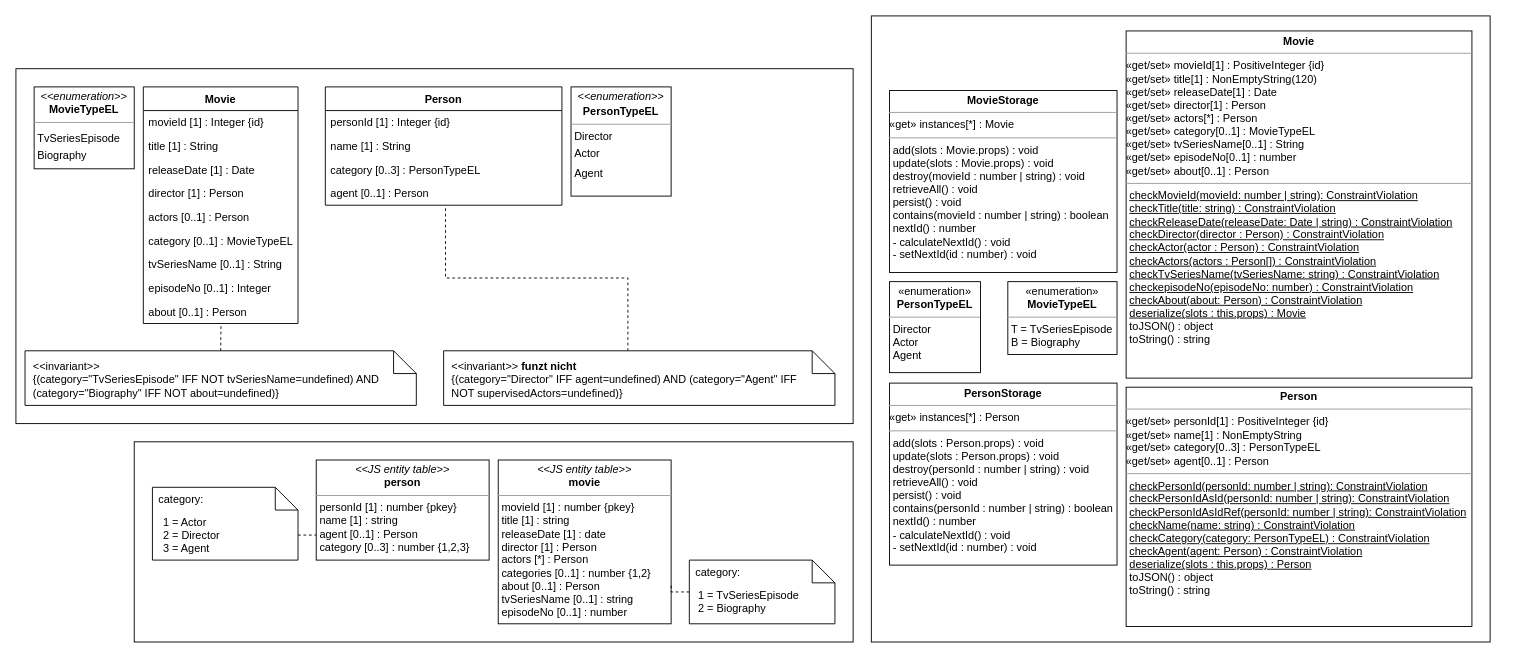
Before: docs/assignment6/docs/ass6.drawio in Bergmann97/webapp-group-3, a draw.io diagram. Source tidied: cells renumbered, new cells numbered last; positions are measured from the earlier drawing's top-left corner, leaving out a move shared by most shapes. Both pictures are drawn from the tidied source at 91%, with x=0, y=0 at pixel (15, 15).
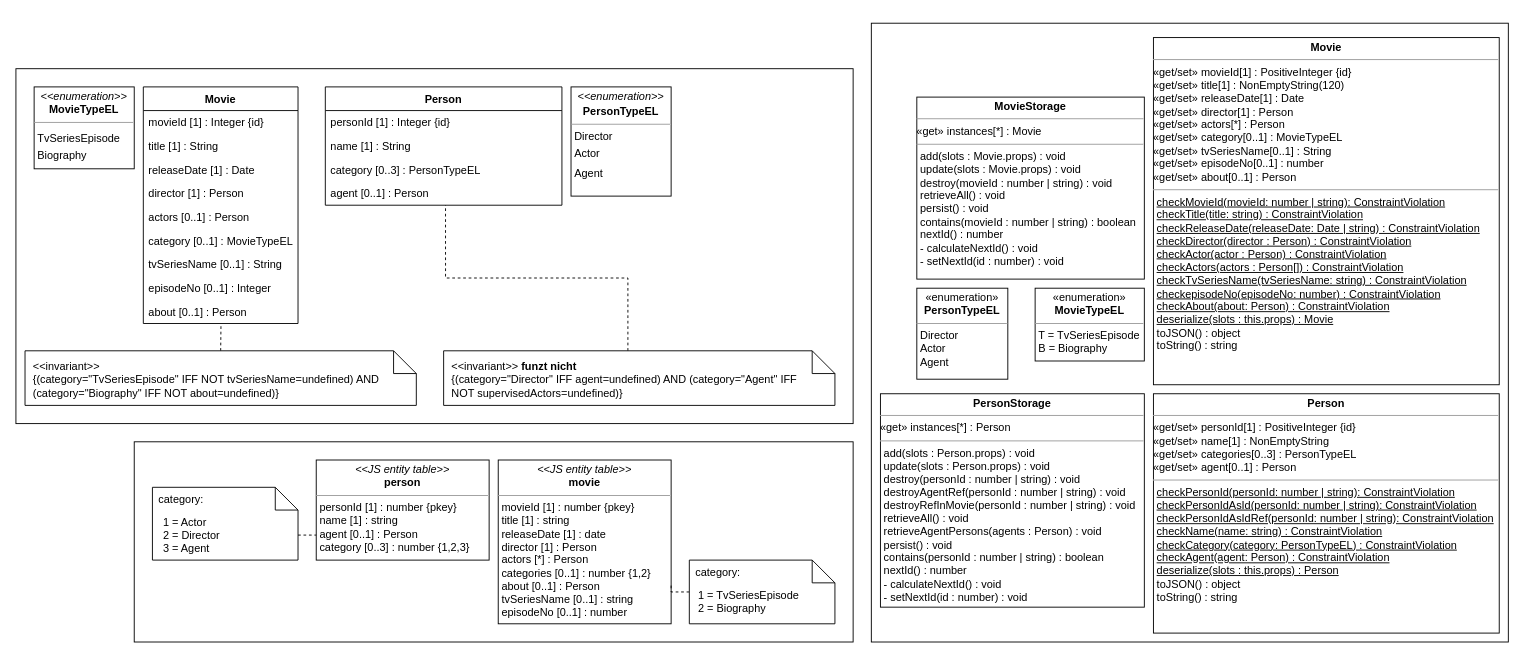
Above is the later version.

Commit message (it also covers changes not shown here):
updated the class diagram

What changed in the source:
```diff
@@
     <mxCell id="3" style="rounded=0;whiteSpace=wrap;html=1;" parent="1" vertex="1">
-      <mxGeometry x="940" width="680" height="688" as="geometry" />
+      <mxGeometry x="940" y="8" width="700" height="680" as="geometry" />
     </mxCell>
@@
-    <mxCell id="30" value="&lt;p style=&quot;margin: 0px ; margin-top: 4px ; text-align: center&quot;&gt;&lt;b&gt;Movie&lt;/b&gt;&lt;/p&gt;&lt;hr size=&quot;1&quot;&gt;&lt;p style=&quot;margin: 0px ; margin-left: 4px&quot;&gt;&lt;/p&gt;&lt;span style=&quot;text-align: center&quot;&gt;«get/set» m&lt;/span&gt;&lt;span&gt;ovieId[1] : PositiveInteger {id}&lt;br&gt;&lt;/span&gt;&lt;span style=&quot;text-align: center&quot;&gt;«&lt;/span&gt;&lt;span style=&quot;text-align: center&quot;&gt;get/set»&amp;nbsp;&lt;/span&gt;&lt;span&gt;title[1] : NonEmptyString(120)&lt;/span&gt;&lt;span style=&quot;text-align: center&quot;&gt;&lt;br&gt;&lt;/span&gt;&lt;span style=&quot;text-align: center&quot;&gt;«&lt;/span&gt;&lt;span style=&quot;text-align: center&quot;&gt;get/set»&amp;nbsp;&lt;/span&gt;&lt;span&gt;releaseDate[1] : Date&lt;/span&gt;&lt;span style=&quot;text-align: center&quot;&gt;&lt;br&gt;&lt;/span&gt;&lt;span style=&quot;text-align: center&quot;&gt;«&lt;/span&gt;&lt;span style=&quot;text-align: center&quot;&gt;get/set»&amp;nbsp;&lt;/span&gt;&lt;span&gt;director[1] : Person&lt;/span&gt;&lt;span style=&quot;text-align: center&quot;&gt;&lt;br&gt;&lt;/span&gt;&lt;span style=&quot;text-align: center&quot;&gt;«&lt;/span&gt;&lt;span style=&quot;text-align: center&quot;&gt;get/set»&amp;nbsp;&lt;/span&gt;&lt;span&gt;actors[*] : Person&lt;br&gt;&lt;/span&gt;&lt;span style=&quot;text-align: center&quot;&gt;«&lt;/span&gt;&lt;span style=&quot;text-align: center&quot;&gt;get/set» category[0..1] : MovieTypeEL&lt;/span&gt;&lt;span style=&quot;text-align: center&quot;&gt;&lt;br&gt;&lt;/span&gt;&lt;span style=&quot;text-align: center&quot;&gt;«&lt;/span&gt;&lt;span style=&quot;text-align: center&quot;&gt;get/set» tvSeriesName[0..1] : String&lt;br&gt;&lt;/span&gt;&lt;span style=&quot;text-align: center&quot;&gt;«&lt;/span&gt;&lt;span style=&quot;text-align: center&quot;&gt;get/set» episodeNo[0..1] : number&lt;br&gt;&lt;/span&gt;&lt;span style=&quot;text-align: center&quot;&gt;«&lt;/span&gt;&lt;span style=&quot;text-align: center&quot;&gt;get/set» about[0..1] : Person&lt;/span&gt;&lt;span style=&quot;text-align: center&quot;&gt;&lt;br&gt;&lt;/span&gt;&lt;hr size=&quot;1&quot;&gt;&lt;p style=&quot;margin: 0px ; margin-left: 4px&quot;&gt;&lt;u&gt;checkMovieId(movieId: number | string): ConstraintViolation&lt;/u&gt;&lt;/p&gt;&lt;p style=&quot;margin: 0px ; margin-left: 4px&quot;&gt;&lt;u&gt;checkTitle(title: string) : ConstraintViolation&lt;/u&gt;&lt;/p&gt;&lt;p style=&quot;margin: 0px ; margin-left: 4px&quot;&gt;&lt;u&gt;checkReleaseDate(releaseDate: Date | string) : ConstraintViolation&lt;/u&gt;&lt;/p&gt;&lt;p style=&quot;margin: 0px ; margin-left: 4px&quot;&gt;&lt;u&gt;checkDirector(director : Person) : ConstraintViolation&lt;/u&gt;&lt;/p&gt;&lt;p style=&quot;margin: 0px ; margin-left: 4px&quot;&gt;&lt;u&gt;checkActor(actor : Person) : ConstraintViolation&lt;/u&gt;&lt;/p&gt;&lt;p style=&quot;margin: 0px ; margin-left: 4px&quot;&gt;&lt;u&gt;checkActors(actors : Person[]) : ConstraintViolation&lt;/u&gt;&lt;/p&gt;&lt;p style=&quot;margin: 0px 0px 0px 4px&quot;&gt;&lt;u&gt;checkT&lt;/u&gt;&lt;span style=&quot;text-align: center&quot;&gt;&lt;u&gt;vSeriesName&lt;/u&gt;&lt;/span&gt;&lt;u&gt;(tvSeriesName: string) : ConstraintViolation&lt;/u&gt;&lt;br&gt;&lt;/p&gt;&lt;p style=&quot;margin: 0px 0px 0px 4px&quot;&gt;&lt;u&gt;checkepisodeNo(episodeNo: number) : ConstraintViolation&lt;/u&gt;&lt;/p&gt;&lt;p style=&quot;margin: 0px 0px 0px 4px&quot;&gt;&lt;u&gt;checkAbout(about: Person) : ConstraintViolation&lt;/u&gt;&lt;/p&gt;&lt;p style=&quot;margin: 0px ; margin-left: 4px&quot;&gt;&lt;u&gt;deserialize(slots : this.props) : Movie&lt;/u&gt;&lt;/p&gt;&lt;p style=&quot;margin: 0px ; margin-left: 4px&quot;&gt;toJSON() : object&lt;/p&gt;&lt;p style=&quot;margin: 0px ; margin-left: 4px&quot;&gt;toString() : string&lt;/p&gt;" style="verticalAlign=top;align=left;overflow=fill;fontSize=12;fontFamily=Helvetica;html=1;" parent="1" vertex="1">
-      <mxGeometry x="1220" y="16.5" width="380" height="381.5" as="geometry" />
-    </mxCell>
     <mxCell id="31" value="&lt;p style=&quot;margin: 0px ; margin-top: 4px ; text-align: center&quot;&gt;&lt;b&gt;MovieStorage&lt;/b&gt;&lt;/p&gt;&lt;hr size=&quot;1&quot;&gt;&lt;p style=&quot;margin: 0px ; margin-left: 4px&quot;&gt;&lt;/p&gt;&lt;span style=&quot;text-align: center&quot;&gt;«get» instances[*] : Movie&lt;/span&gt;&lt;span style=&quot;text-align: center&quot;&gt;&lt;br&gt;&lt;/span&gt;&lt;hr size=&quot;1&quot;&gt;&lt;p style=&quot;margin: 0px ; margin-left: 4px&quot;&gt;add(slots : Movie.props) : void&lt;/p&gt;&lt;p style=&quot;margin: 0px ; margin-left: 4px&quot;&gt;update(slots : Movie.props) : void&lt;/p&gt;&lt;p style=&quot;margin: 0px ; margin-left: 4px&quot;&gt;destroy(movieId : number | string) : void&lt;/p&gt;&lt;p style=&quot;margin: 0px ; margin-left: 4px&quot;&gt;retrieveAll() : void&lt;/p&gt;&lt;p style=&quot;margin: 0px ; margin-left: 4px&quot;&gt;persist() : void&lt;/p&gt;&lt;p style=&quot;margin: 0px ; margin-left: 4px&quot;&gt;contains(movieId : number | string) : boolean&lt;/p&gt;&lt;p style=&quot;margin: 0px ; margin-left: 4px&quot;&gt;nextId() : number&lt;/p&gt;&lt;p style=&quot;margin: 0px ; margin-left: 4px&quot;&gt;- calculateNextId() : void&lt;/p&gt;&lt;p style=&quot;margin: 0px ; margin-left: 4px&quot;&gt;- setNextId(id : number) : void&lt;/p&gt;" style="verticalAlign=top;align=left;overflow=fill;fontSize=12;fontFamily=Helvetica;html=1;" parent="1" vertex="1">
-      <mxGeometry x="960" y="82" width="250" height="200" as="geometry" />
+      <mxGeometry x="990" y="89.2" width="250" height="200" as="geometry" />
     </mxCell>
-    <mxCell id="32" value="&lt;p style=&quot;margin: 0px ; margin-top: 4px ; text-align: center&quot;&gt;&lt;b&gt;Person&lt;/b&gt;&lt;/p&gt;&lt;hr size=&quot;1&quot;&gt;&lt;p style=&quot;margin: 0px ; margin-left: 4px&quot;&gt;&lt;/p&gt;&lt;span style=&quot;text-align: center&quot;&gt;«get/set» person&lt;/span&gt;&lt;span&gt;Id[1] : PositiveInteger {id}&lt;br&gt;&lt;/span&gt;&lt;span style=&quot;text-align: center&quot;&gt;«&lt;/span&gt;&lt;span style=&quot;text-align: center&quot;&gt;get/set»&amp;nbsp;&lt;/span&gt;&lt;span&gt;name[1] : NonEmptyString&lt;/span&gt;&lt;span style=&quot;text-align: center&quot;&gt;&lt;br&gt;&lt;/span&gt;&lt;span style=&quot;text-align: center&quot;&gt;«&lt;/span&gt;&lt;span style=&quot;text-align: center&quot;&gt;get/set» category[0..3] : PersonTypeEL&lt;br&gt;&lt;/span&gt;&lt;span style=&quot;text-align: center&quot;&gt;«get/set» agent[0..1] : Person&lt;/span&gt;&lt;span style=&quot;text-align: center&quot;&gt;&lt;br&gt;&lt;/span&gt;&lt;hr size=&quot;1&quot;&gt;&lt;p style=&quot;margin: 0px ; margin-left: 4px&quot;&gt;&lt;u&gt;checkPersonId(personId: number | string): ConstraintViolation&lt;/u&gt;&lt;/p&gt;&lt;p style=&quot;margin: 0px ; margin-left: 4px&quot;&gt;&lt;u&gt;checkPersonIdAsId(personId: number | string): ConstraintViolation&lt;/u&gt;&lt;u&gt;&lt;br&gt;&lt;/u&gt;&lt;/p&gt;&lt;p style=&quot;margin: 0px ; margin-left: 4px&quot;&gt;&lt;u&gt;checkPersonIdAsIdRef(personId: number | string): ConstraintViolation&lt;/u&gt;&lt;u&gt;&lt;br&gt;&lt;/u&gt;&lt;/p&gt;&lt;p style=&quot;margin: 0px ; margin-left: 4px&quot;&gt;&lt;u&gt;checkName(name: string) : ConstraintViolation&lt;/u&gt;&lt;/p&gt;&lt;p style=&quot;margin: 0px ; margin-left: 4px&quot;&gt;&lt;u&gt;checkCategory(category: PersonTypeEL) : ConstraintViolation&lt;/u&gt;&lt;u&gt;&lt;br&gt;&lt;/u&gt;&lt;/p&gt;&lt;p style=&quot;margin: 0px ; margin-left: 4px&quot;&gt;&lt;u&gt;checkAgent(agent: Person) : ConstraintViolation&lt;/u&gt;&lt;u&gt;&lt;br&gt;&lt;/u&gt;&lt;/p&gt;&lt;p style=&quot;margin: 0px ; margin-left: 4px&quot;&gt;&lt;u&gt;deserialize(slots : this.props) : Person&lt;/u&gt;&lt;/p&gt;&lt;p style=&quot;margin: 0px ; margin-left: 4px&quot;&gt;toJSON() : object&lt;/p&gt;&lt;p style=&quot;margin: 0px ; margin-left: 4px&quot;&gt;toString() : string&lt;/p&gt;" style="verticalAlign=top;align=left;overflow=fill;fontSize=12;fontFamily=Helvetica;html=1;" parent="1" vertex="1">
-      <mxGeometry x="1220" y="408" width="380" height="263" as="geometry" />
-    </mxCell>
-    <mxCell id="33" value="&lt;p style=&quot;margin: 0px ; margin-top: 4px ; text-align: center&quot;&gt;&lt;b&gt;PersonStorage&lt;/b&gt;&lt;/p&gt;&lt;hr size=&quot;1&quot;&gt;&lt;p style=&quot;margin: 0px ; margin-left: 4px&quot;&gt;&lt;/p&gt;&lt;span style=&quot;text-align: center&quot;&gt;«get» instances[*] : Person&lt;/span&gt;&lt;span style=&quot;text-align: center&quot;&gt;&lt;br&gt;&lt;/span&gt;&lt;hr size=&quot;1&quot;&gt;&lt;p style=&quot;margin: 0px ; margin-left: 4px&quot;&gt;add(slots : Person.props) : void&lt;/p&gt;&lt;p style=&quot;margin: 0px ; margin-left: 4px&quot;&gt;update(slots : Person.props) : void&lt;/p&gt;&lt;p style=&quot;margin: 0px ; margin-left: 4px&quot;&gt;destroy(personId : number | string) : void&lt;/p&gt;&lt;p style=&quot;margin: 0px ; margin-left: 4px&quot;&gt;retrieveAll() : void&lt;/p&gt;&lt;p style=&quot;margin: 0px ; margin-left: 4px&quot;&gt;persist() : void&lt;/p&gt;&lt;p style=&quot;margin: 0px ; margin-left: 4px&quot;&gt;contains(personId : number | string) : boolean&lt;/p&gt;&lt;p style=&quot;margin: 0px ; margin-left: 4px&quot;&gt;nextId() : number&lt;/p&gt;&lt;p style=&quot;margin: 0px ; margin-left: 4px&quot;&gt;- calculateNextId() : void&lt;/p&gt;&lt;p style=&quot;margin: 0px ; margin-left: 4px&quot;&gt;- setNextId(id : number) : void&lt;/p&gt;" style="verticalAlign=top;align=left;overflow=fill;fontSize=12;fontFamily=Helvetica;html=1;" parent="1" vertex="1">
-      <mxGeometry x="960" y="403.5" width="250" height="200" as="geometry" />
-    </mxCell>
     <mxCell id="34" value="&lt;p style=&quot;margin: 0px ; margin-top: 4px ; text-align: center&quot;&gt;«enumeration»&lt;br&gt;&lt;b&gt;MovieTypeEL&lt;/b&gt;&lt;/p&gt;&lt;hr size=&quot;1&quot;&gt;&lt;p style=&quot;margin: 0px ; margin-left: 4px&quot;&gt;T = TvSeriesEpisode&lt;/p&gt;&lt;p style=&quot;margin: 0px ; margin-left: 4px&quot;&gt;B = Biography&lt;/p&gt;" style="verticalAlign=top;align=left;overflow=fill;fontSize=12;fontFamily=Helvetica;html=1;" parent="1" vertex="1">
-      <mxGeometry x="1090" y="292" width="120" height="80" as="geometry" />
+      <mxGeometry x="1120" y="299.2" width="120" height="80" as="geometry" />
     </mxCell>
     <mxCell id="35" value="&lt;p style=&quot;margin: 0px ; margin-top: 4px ; text-align: center&quot;&gt;«enumeration»&lt;br&gt;&lt;b&gt;PersonTypeEL&lt;/b&gt;&lt;/p&gt;&lt;hr size=&quot;1&quot;&gt;&lt;p style=&quot;margin: 0px ; margin-left: 4px&quot;&gt;Director&lt;/p&gt;&lt;p style=&quot;margin: 0px ; margin-left: 4px&quot;&gt;Actor&lt;/p&gt;&lt;p style=&quot;margin: 0px ; margin-left: 4px&quot;&gt;Agent&lt;/p&gt;" style="verticalAlign=top;align=left;overflow=fill;fontSize=12;fontFamily=Helvetica;html=1;" parent="1" vertex="1">
-      <mxGeometry x="960" y="292" width="100" height="100" as="geometry" />
+      <mxGeometry x="990" y="299.2" width="100" height="100" as="geometry" />
     </mxCell>
@@
+    <mxCell id="40" value="&lt;p style=&quot;margin: 0px ; margin-top: 4px ; text-align: center&quot;&gt;&lt;b&gt;PersonStorage&lt;/b&gt;&lt;/p&gt;&lt;hr size=&quot;1&quot;&gt;&lt;p style=&quot;margin: 0px ; margin-left: 4px&quot;&gt;&lt;/p&gt;&lt;span style=&quot;text-align: center&quot;&gt;«get» instances[*] : Person&lt;/span&gt;&lt;span style=&quot;text-align: center&quot;&gt;&lt;br&gt;&lt;/span&gt;&lt;hr size=&quot;1&quot;&gt;&lt;p style=&quot;margin: 0px ; margin-left: 4px&quot;&gt;add(slots : Person.props) : void&lt;/p&gt;&lt;p style=&quot;margin: 0px ; margin-left: 4px&quot;&gt;update(slots : Person.props) : void&lt;/p&gt;&lt;p style=&quot;margin: 0px ; margin-left: 4px&quot;&gt;destroy(personId : number | string) : void&lt;/p&gt;&lt;p style=&quot;margin: 0px ; margin-left: 4px&quot;&gt;destroyAgentRef(personId : number | string) : void&lt;/p&gt;&lt;p style=&quot;margin: 0px ; margin-left: 4px&quot;&gt;destroyRefInMovie(personId : number | string) : void&lt;/p&gt;&lt;p style=&quot;margin: 0px ; margin-left: 4px&quot;&gt;retrieveAll() : void&lt;/p&gt;&lt;p style=&quot;margin: 0px ; margin-left: 4px&quot;&gt;retrieveAgentPersons(agents : Person) : void&lt;/p&gt;&lt;p style=&quot;margin: 0px ; margin-left: 4px&quot;&gt;persist() : void&lt;/p&gt;&lt;p style=&quot;margin: 0px ; margin-left: 4px&quot;&gt;contains(personId : number | string) : boolean&lt;/p&gt;&lt;p style=&quot;margin: 0px ; margin-left: 4px&quot;&gt;nextId() : number&lt;/p&gt;&lt;p style=&quot;margin: 0px ; margin-left: 4px&quot;&gt;- calculateNextId() : void&lt;/p&gt;&lt;p style=&quot;margin: 0px ; margin-left: 4px&quot;&gt;- setNextId(id : number) : void&lt;/p&gt;" style="verticalAlign=top;align=left;overflow=fill;fontSize=12;fontFamily=Helvetica;html=1;" parent="1" vertex="1">
+      <mxGeometry x="950" y="415.2" width="290" height="234.5" as="geometry" />
+    </mxCell>
+    <mxCell id="41" value="&lt;p style=&quot;margin: 0px ; margin-top: 4px ; text-align: center&quot;&gt;&lt;b&gt;Person&lt;/b&gt;&lt;/p&gt;&lt;hr size=&quot;1&quot;&gt;&lt;p style=&quot;margin: 0px ; margin-left: 4px&quot;&gt;&lt;/p&gt;&lt;span style=&quot;text-align: center&quot;&gt;«get/set» person&lt;/span&gt;&lt;span&gt;Id[1] : PositiveInteger {id}&lt;br&gt;&lt;/span&gt;&lt;span style=&quot;text-align: center&quot;&gt;«&lt;/span&gt;&lt;span style=&quot;text-align: center&quot;&gt;get/set»&amp;nbsp;&lt;/span&gt;&lt;span&gt;name[1] : NonEmptyString&lt;/span&gt;&lt;span style=&quot;text-align: center&quot;&gt;&lt;br&gt;&lt;/span&gt;&lt;span style=&quot;text-align: center&quot;&gt;«&lt;/span&gt;&lt;span style=&quot;text-align: center&quot;&gt;get/set» categories[0..3] : PersonTypeEL&lt;br&gt;&lt;/span&gt;&lt;span style=&quot;text-align: center&quot;&gt;«get/set» agent[0..1] : Person&lt;/span&gt;&lt;span style=&quot;text-align: center&quot;&gt;&lt;br&gt;&lt;/span&gt;&lt;hr size=&quot;1&quot;&gt;&lt;p style=&quot;margin: 0px ; margin-left: 4px&quot;&gt;&lt;u&gt;checkPersonId(personId: number | string): ConstraintViolation&lt;/u&gt;&lt;/p&gt;&lt;p style=&quot;margin: 0px ; margin-left: 4px&quot;&gt;&lt;u&gt;checkPersonIdAsId(personId: number | string): ConstraintViolation&lt;/u&gt;&lt;u&gt;&lt;br&gt;&lt;/u&gt;&lt;/p&gt;&lt;p style=&quot;margin: 0px ; margin-left: 4px&quot;&gt;&lt;u&gt;checkPersonIdAsIdRef(personId: number | string): ConstraintViolation&lt;/u&gt;&lt;u&gt;&lt;br&gt;&lt;/u&gt;&lt;/p&gt;&lt;p style=&quot;margin: 0px ; margin-left: 4px&quot;&gt;&lt;u&gt;checkName(name: string) : ConstraintViolation&lt;/u&gt;&lt;/p&gt;&lt;p style=&quot;margin: 0px ; margin-left: 4px&quot;&gt;&lt;u&gt;checkCategory(category: PersonTypeEL) : ConstraintViolation&lt;/u&gt;&lt;u&gt;&lt;br&gt;&lt;/u&gt;&lt;/p&gt;&lt;p style=&quot;margin: 0px ; margin-left: 4px&quot;&gt;&lt;u&gt;checkAgent(agent: Person) : ConstraintViolation&lt;/u&gt;&lt;u&gt;&lt;br&gt;&lt;/u&gt;&lt;/p&gt;&lt;p style=&quot;margin: 0px ; margin-left: 4px&quot;&gt;&lt;u&gt;deserialize(slots : this.props) : Person&lt;/u&gt;&lt;/p&gt;&lt;p style=&quot;margin: 0px ; margin-left: 4px&quot;&gt;toJSON() : object&lt;/p&gt;&lt;p style=&quot;margin: 0px ; margin-left: 4px&quot;&gt;toString() : string&lt;/p&gt;" style="verticalAlign=top;align=left;overflow=fill;fontSize=12;fontFamily=Helvetica;html=1;" parent="1" vertex="1">
+      <mxGeometry x="1250" y="415.2" width="380" height="263" as="geometry" />
+    </mxCell>
+    <mxCell id="30" value="&lt;p style=&quot;margin: 0px ; margin-top: 4px ; text-align: center&quot;&gt;&lt;b&gt;Movie&lt;/b&gt;&lt;/p&gt;&lt;hr size=&quot;1&quot;&gt;&lt;p style=&quot;margin: 0px ; margin-left: 4px&quot;&gt;&lt;/p&gt;&lt;span style=&quot;text-align: center&quot;&gt;«get/set» m&lt;/span&gt;&lt;span&gt;ovieId[1] : PositiveInteger {id}&lt;br&gt;&lt;/span&gt;&lt;span style=&quot;text-align: center&quot;&gt;«&lt;/span&gt;&lt;span style=&quot;text-align: center&quot;&gt;get/set»&amp;nbsp;&lt;/span&gt;&lt;span&gt;title[1] : NonEmptyString(120)&lt;/span&gt;&lt;span style=&quot;text-align: center&quot;&gt;&lt;br&gt;&lt;/span&gt;&lt;span style=&quot;text-align: center&quot;&gt;«&lt;/span&gt;&lt;span style=&quot;text-align: center&quot;&gt;get/set»&amp;nbsp;&lt;/span&gt;&lt;span&gt;releaseDate[1] : Date&lt;/span&gt;&lt;span style=&quot;text-align: center&quot;&gt;&lt;br&gt;&lt;/span&gt;&lt;span style=&quot;text-align: center&quot;&gt;«&lt;/span&gt;&lt;span style=&quot;text-align: center&quot;&gt;get/set»&amp;nbsp;&lt;/span&gt;&lt;span&gt;director[1] : Person&lt;/span&gt;&lt;span style=&quot;text-align: center&quot;&gt;&lt;br&gt;&lt;/span&gt;&lt;span style=&quot;text-align: center&quot;&gt;«&lt;/span&gt;&lt;span style=&quot;text-align: center&quot;&gt;get/set»&amp;nbsp;&lt;/span&gt;&lt;span&gt;actors[*] : Person&lt;br&gt;&lt;/span&gt;&lt;span style=&quot;text-align: center&quot;&gt;«&lt;/span&gt;&lt;span style=&quot;text-align: center&quot;&gt;get/set» category[0..1] : MovieTypeEL&lt;/span&gt;&lt;span style=&quot;text-align: center&quot;&gt;&lt;br&gt;&lt;/span&gt;&lt;span style=&quot;text-align: center&quot;&gt;«&lt;/span&gt;&lt;span style=&quot;text-align: center&quot;&gt;get/set» tvSeriesName[0..1] : String&lt;br&gt;&lt;/span&gt;&lt;span style=&quot;text-align: center&quot;&gt;«&lt;/span&gt;&lt;span style=&quot;text-align: center&quot;&gt;get/set» episodeNo[0..1] : number&lt;br&gt;&lt;/span&gt;&lt;span style=&quot;text-align: center&quot;&gt;«&lt;/span&gt;&lt;span style=&quot;text-align: center&quot;&gt;get/set» about[0..1] : Person&lt;/span&gt;&lt;span style=&quot;text-align: center&quot;&gt;&lt;br&gt;&lt;/span&gt;&lt;hr size=&quot;1&quot;&gt;&lt;p style=&quot;margin: 0px ; margin-left: 4px&quot;&gt;&lt;u&gt;checkMovieId(movieId: number | string): ConstraintViolation&lt;/u&gt;&lt;/p&gt;&lt;p style=&quot;margin: 0px ; margin-left: 4px&quot;&gt;&lt;u&gt;checkTitle(title: string) : ConstraintViolation&lt;/u&gt;&lt;/p&gt;&lt;p style=&quot;margin: 0px ; margin-left: 4px&quot;&gt;&lt;u&gt;checkReleaseDate(releaseDate: Date | string) : ConstraintViolation&lt;/u&gt;&lt;/p&gt;&lt;p style=&quot;margin: 0px ; margin-left: 4px&quot;&gt;&lt;u&gt;checkDirector(director : Person) : ConstraintViolation&lt;/u&gt;&lt;/p&gt;&lt;p style=&quot;margin: 0px ; margin-left: 4px&quot;&gt;&lt;u&gt;checkActor(actor : Person) : ConstraintViolation&lt;/u&gt;&lt;/p&gt;&lt;p style=&quot;margin: 0px ; margin-left: 4px&quot;&gt;&lt;u&gt;checkActors(actors : Person[]) : ConstraintViolation&lt;/u&gt;&lt;/p&gt;&lt;p style=&quot;margin: 0px 0px 0px 4px&quot;&gt;&lt;u&gt;checkT&lt;/u&gt;&lt;span style=&quot;text-align: center&quot;&gt;&lt;u&gt;vSeriesName&lt;/u&gt;&lt;/span&gt;&lt;u&gt;(tvSeriesName: string) : ConstraintViolation&lt;/u&gt;&lt;br&gt;&lt;/p&gt;&lt;p style=&quot;margin: 0px 0px 0px 4px&quot;&gt;&lt;u&gt;checkepisodeNo(episodeNo: number) : ConstraintViolation&lt;/u&gt;&lt;/p&gt;&lt;p style=&quot;margin: 0px 0px 0px 4px&quot;&gt;&lt;u&gt;checkAbout(about: Person) : ConstraintViolation&lt;/u&gt;&lt;/p&gt;&lt;p style=&quot;margin: 0px ; margin-left: 4px&quot;&gt;&lt;u&gt;deserialize(slots : this.props) : Movie&lt;/u&gt;&lt;/p&gt;&lt;p style=&quot;margin: 0px ; margin-left: 4px&quot;&gt;toJSON() : object&lt;/p&gt;&lt;p style=&quot;margin: 0px ; margin-left: 4px&quot;&gt;toString() : string&lt;/p&gt;" style="verticalAlign=top;align=left;overflow=fill;fontSize=12;fontFamily=Helvetica;html=1;" parent="1" vertex="1">
+      <mxGeometry x="1250" y="23.8" width="380" height="381.5" as="geometry" />
+    </mxCell>
```
